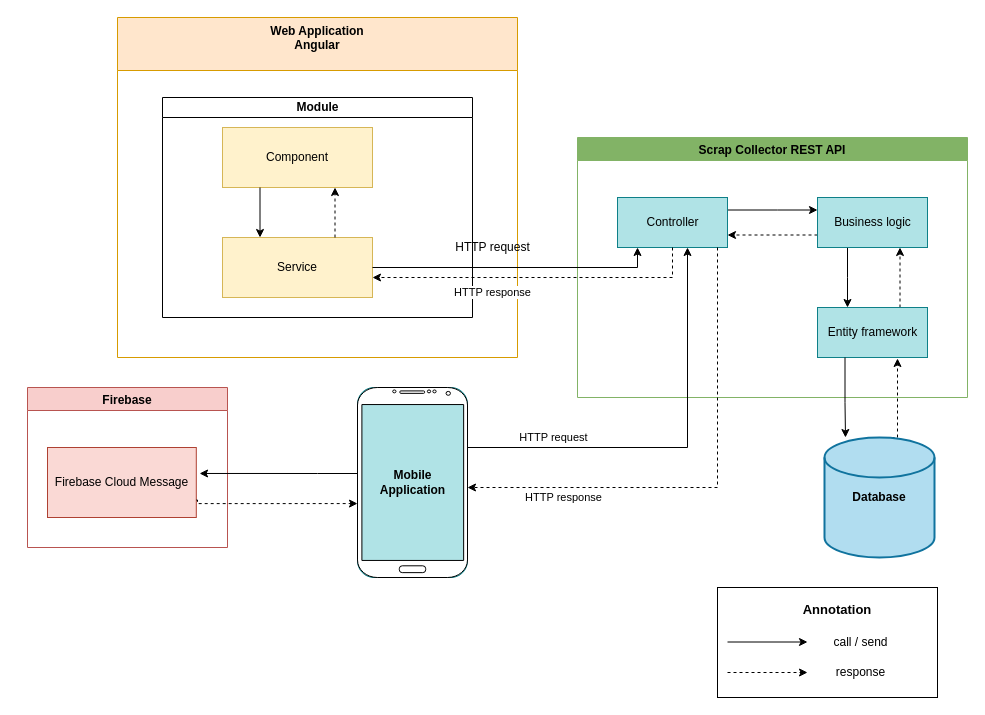
Earlier version of the draw.io diagram Document/Diagram/Architectural Design.drawio (datndse63093/Capstone_JS_Spring2020_FE_Doc). Source tidied: cells renumbered, new cells numbered last; positions are measured from the earlier drawing's top-left corner, leaving out a move shared by most shapes. Both pictures are drawn from the tidied source at 100%, with x=0, y=0 at pixel (27, 17).
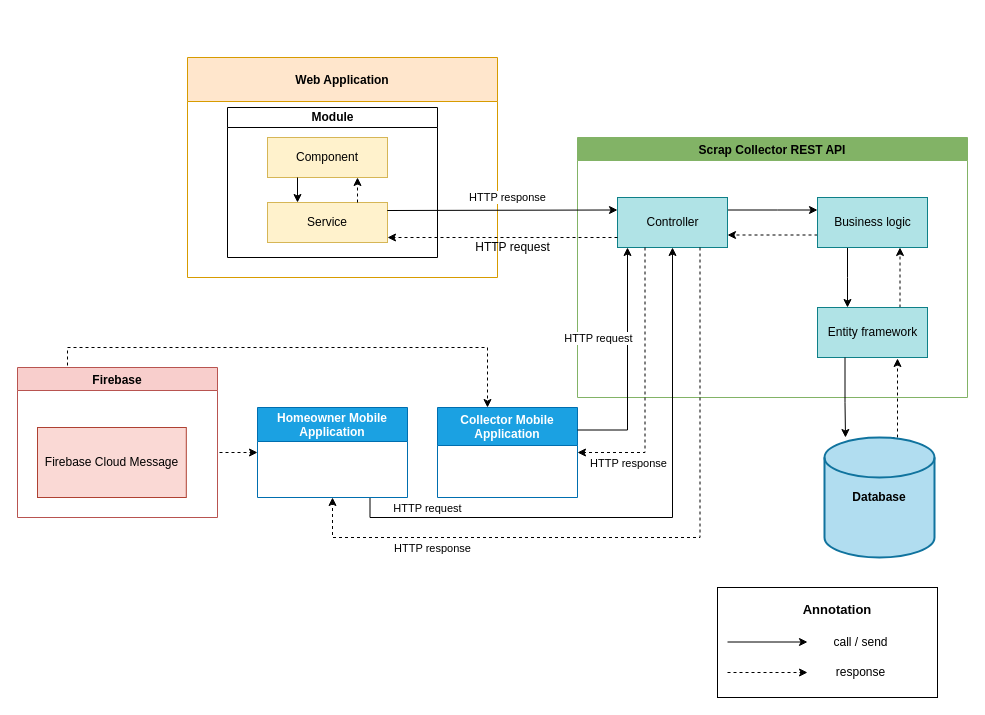
The same page after the edit.

Commit message (it also covers changes not shown here):
update document+ architecture diagram

Unchanged cells that the change refers to:
```xml
<mxCell id="6" value="Controller" style="html=1;strokeColor=#0e8088;fillColor=#b0e3e6;" parent="4" vertex="1">
  <mxGeometry x="40" y="60" width="110" height="50" as="geometry" />
</mxCell>
<mxCell id="13" value="Firebase Cloud Message" style="html=1;strokeColor=#ae4132;fillColor=#fad9d5;" parent="12" vertex="1">
  <mxGeometry x="20" y="60" width="148.8" height="70" as="geometry" />
</mxCell>
```

Diff of the diagram source:
```diff
@@
+    <mxCell id="39" style="edgeStyle=orthogonalEdgeStyle;rounded=0;jettySize=auto;html=1;exitX=0.75;exitY=0;exitDx=0;exitDy=0;dashed=1;" parent="1" edge="1" source="12" target="44">
+      <mxGeometry relative="1" as="geometry">
+        <Array as="points">
+          <mxPoint x="40" y="350" />
+          <mxPoint x="40" y="330" />
+          <mxPoint x="460" y="330" />
+        </Array>
+      </mxGeometry>
+    </mxCell>
+    <mxCell id="40" style="edgeStyle=orthogonalEdgeStyle;rounded=0;jettySize=auto;html=1;exitX=1;exitY=0.5;exitDx=0;exitDy=0;entryX=0;entryY=0.5;entryDx=0;entryDy=0;dashed=1;" parent="1" edge="1" source="12" target="43">
+      <mxGeometry relative="1" as="geometry">
+        <Array as="points">
+          <mxPoint x="190" y="435" />
+        </Array>
+      </mxGeometry>
+    </mxCell>
     <mxCell id="12" value="Firebase" style="swimlane;fillColor=#f8cecc;strokeColor=#b85450;" parent="1" vertex="1">
-      <mxGeometry y="370" width="200" height="160" as="geometry" />
+      <mxGeometry x="-10" y="350" width="200" height="150" as="geometry" />
     </mxCell>
@@
-    <mxCell id="14" value="Web Application&#10;Angular&#10;" style="swimlane;fillColor=#ffe6cc;strokeColor=#d79b00;startSize=53;rounded=0;swimlaneLine=1;glass=0;comic=0;shadow=0;" parent="1" vertex="1">
-      <mxGeometry x="90" width="400" height="340" as="geometry" />
+    <mxCell id="14" value="Web Application" style="swimlane;fillColor=#ffe6cc;strokeColor=#d79b00;startSize=44;rounded=0;swimlaneLine=1;glass=0;comic=0;shadow=0;" parent="1" vertex="1">
+      <mxGeometry x="160" y="40" width="310" height="220" as="geometry" />
     </mxCell>
-    <mxCell id="15" value="HTTP request" style="text;html=1;align=center;verticalAlign=middle;" parent="14" vertex="1">
-      <mxGeometry x="330" y="220" width="90" height="20" as="geometry" />
-    </mxCell>
     <mxCell id="16" value="Module" style="swimlane;html=1;startSize=20;horizontal=1;containerType=tree;rounded=0;" parent="14" vertex="1">
-      <mxGeometry x="45" y="80" width="310" height="220" as="geometry" />
+      <mxGeometry x="40" y="50" width="210" height="150" as="geometry" />
     </mxCell>
     <mxCell id="17" value="Service" style="rounded=0;whiteSpace=wrap;html=1;fillColor=#fff2cc;strokeColor=#d6b656;" parent="16" vertex="1">
-      <mxGeometry x="60" y="140" width="150" height="60" as="geometry" />
+      <mxGeometry x="40" y="95" width="120" height="40" as="geometry" />
     </mxCell>
     <mxCell id="18" value="Component" style="rounded=0;whiteSpace=wrap;html=1;fillColor=#fff2cc;strokeColor=#d6b656;" parent="16" vertex="1">
-      <mxGeometry x="60" y="30" width="150" height="60" as="geometry" />
+      <mxGeometry x="40" y="30" width="120" height="40" as="geometry" />
     </mxCell>
@@
-    <mxCell id="23" style="group;fillColor=#b0e3e6;strokeColor=#0e8088;rounded=1;gradientColor=none;" parent="1" vertex="1">
-      <mxGeometry x="330" y="370" width="110" height="190" as="geometry" />
-    </mxCell>
-    <mxCell id="24" style="verticalLabelPosition=bottom;verticalAlign=top;html=1;shadow=0;dashed=0;strokeWidth=1;shape=mxgraph.android.phone2;strokeColor=#000000;fillColor=#FFFFFF;fontColor=#333333;" parent="23" vertex="1">
-      <mxGeometry width="110" height="190" as="geometry" />
-    </mxCell>
-    <mxCell id="25" value="&lt;div&gt;Mobile &lt;br&gt;&lt;/div&gt;&lt;div&gt;Application&lt;/div&gt;" style="text;html=1;align=center;verticalAlign=middle;fontStyle=1;" parent="23" vertex="1">
-      <mxGeometry x="15" y="80" width="80" height="30" as="geometry" />
-    </mxCell>
@@
-    <mxCell id="27" value="HTTP request" style="edgeStyle=orthogonalEdgeStyle;rounded=0;jettySize=auto;html=1;fontFamily=Helvetica;align=center;" parent="1" edge="1" source="24">
-      <mxGeometry x="-0.59" y="10" relative="1" as="geometry">
-        <mxPoint x="660" y="230" as="targetPoint" />
-        <Array as="points">
-          <mxPoint x="660" y="430" />
-          <mxPoint x="660" y="230" />
-        </Array>
-      </mxGeometry>
-    </mxCell>
-    <mxCell id="28" value="HTTP response" style="edgeStyle=orthogonalEdgeStyle;rounded=0;jettySize=auto;html=1;fontFamily=Helvetica;align=center;dashed=1;" parent="1" edge="1" source="6">
-      <mxGeometry x="0.61" y="10" relative="1" as="geometry">
-        <mxPoint x="440" y="470" as="targetPoint" />
-        <Array as="points">
-          <mxPoint x="690" y="470" />
-        </Array>
-      </mxGeometry>
-    </mxCell>
-    <mxCell id="29" value="HTTP response" style="edgeStyle=orthogonalEdgeStyle;rounded=0;jettySize=auto;html=1;fontFamily=Helvetica;align=center;dashed=1;" parent="1" edge="1" source="6">
-      <mxGeometry x="0.27" y="15" relative="1" as="geometry">
-        <mxPoint x="345" y="260" as="targetPoint" />
+    <mxCell id="29" value="HTTP response" style="edgeStyle=orthogonalEdgeStyle;rounded=0;jettySize=auto;html=1;fontFamily=Helvetica;align=center;dashed=1;entryX=1;entryY=0.875;entryDx=0;entryDy=0;entryPerimeter=0;" parent="1" edge="1" source="6" target="17">
+      <mxGeometry x="0.39" y="-64" relative="1" as="geometry">
         <Array as="points">
-          <mxPoint x="645" y="260" />
-          <mxPoint x="345" y="260" />
+          <mxPoint x="430" y="220" />
+          <mxPoint x="430" y="220" />
         </Array>
+        <mxPoint x="50" y="24" as="offset" />
       </mxGeometry>
     </mxCell>
-    <mxCell id="30" value="call" style="edgeStyle=orthogonalEdgeStyle;rounded=0;jettySize=auto;html=1;entryX=1.022;entryY=0.371;entryDx=0;entryDy=0;entryPerimeter=0;fontFamily=Helvetica;align=center;noLabel=1;fontColor=none;" parent="1" edge="1" source="24" target="13">
-      <mxGeometry x="0.02" y="-16" relative="1" as="geometry">
-        <Array as="points">
-          <mxPoint x="290" y="456" />
-          <mxPoint x="290" y="456" />
-        </Array>
-      </mxGeometry>
-    </mxCell>
-    <mxCell id="31" value="return" style="edgeStyle=orthogonalEdgeStyle;rounded=0;jettySize=auto;html=1;exitX=1;exitY=0.75;exitDx=0;exitDy=0;entryX=0;entryY=0.611;entryDx=0;entryDy=0;entryPerimeter=0;fontFamily=Helvetica;align=center;dashed=1;noLabel=1;fontColor=none;" parent="1" edge="1" source="13" target="24">
-      <mxGeometry x="0.02" y="-14" relative="1" as="geometry">
-        <Array as="points">
-          <mxPoint x="170" y="486" />
-        </Array>
-      </mxGeometry>
-    </mxCell>
-    <mxCell id="32" style="edgeStyle=orthogonalEdgeStyle;rounded=0;jettySize=auto;html=1;entryX=0.182;entryY=1;entryDx=0;entryDy=0;entryPerimeter=0;" parent="1" edge="1" source="17" target="6">
-      <mxGeometry relative="1" as="geometry">
-        <Array as="points">
-          <mxPoint x="610" y="250" />
-        </Array>
-      </mxGeometry>
-    </mxCell>
@@
+    <mxCell id="41" style="edgeStyle=orthogonalEdgeStyle;rounded=0;jettySize=auto;html=1;exitX=0.75;exitY=1;exitDx=0;exitDy=0;entryX=0.5;entryY=1;entryDx=0;entryDy=0;" parent="1" edge="1" source="43" target="6">
+      <mxGeometry relative="1" as="geometry" />
+    </mxCell>
+    <mxCell id="42" value="&lt;div&gt;HTTP request&lt;/div&gt;" style="edgeLabel;html=1;align=center;verticalAlign=middle;" parent="41" vertex="1">
+      <mxGeometry x="-0.79" y="1" relative="1" as="geometry">
+        <mxPoint x="14.5" y="-9" as="offset" />
+      </mxGeometry>
+    </mxCell>
+    <mxCell id="43" value="Homeowner Mobile&#10; Application " style="swimlane;fillColor=#1ba1e2;strokeColor=#006EAF;startSize=34;fontColor=#ffffff;" parent="1" vertex="1">
+      <mxGeometry x="230" y="390" width="150" height="90" as="geometry" />
+    </mxCell>
+    <mxCell id="44" value="Collector Mobile &#10;Application " style="swimlane;fillColor=#1ba1e2;strokeColor=#006EAF;startSize=38;fontColor=#ffffff;" parent="1" vertex="1">
+      <mxGeometry x="410" y="390" width="140" height="90" as="geometry" />
+    </mxCell>
+    <mxCell id="45" style="edgeStyle=orthogonalEdgeStyle;rounded=0;jettySize=auto;html=1;entryX=0;entryY=0.25;entryDx=0;entryDy=0;" parent="1" edge="1" target="6">
+      <mxGeometry relative="1" as="geometry">
+        <mxPoint x="370" y="193" as="sourcePoint" />
+        <Array as="points">
+          <mxPoint x="360" y="193" />
+          <mxPoint x="340" y="193" />
+        </Array>
+      </mxGeometry>
+    </mxCell>
+    <mxCell id="46" style="endArrow=classic;html=1;exitX=1;exitY=0.25;exitDx=0;exitDy=0;edgeStyle=orthogonalEdgeStyle;rounded=0;" parent="1" edge="1" source="44">
+      <mxGeometry relative="1" as="geometry">
+        <mxPoint x="600" y="230" as="targetPoint" />
+        <Array as="points">
+          <mxPoint x="600" y="413" />
+          <mxPoint x="600" y="230" />
+        </Array>
+      </mxGeometry>
+    </mxCell>
+    <mxCell id="47" value="HTTP request" style="edgeLabel;html=1;align=center;verticalAlign=middle;" parent="46" vertex="1">
+      <mxGeometry x="-0.57" y="32" relative="1" as="geometry">
+        <mxPoint x="2" y="-92.5" as="offset" />
+      </mxGeometry>
+    </mxCell>
+    <mxCell id="48" style="edgeStyle=orthogonalEdgeStyle;rounded=0;jettySize=auto;html=1;exitX=0.25;exitY=1;exitDx=0;exitDy=0;entryX=1;entryY=0.5;entryDx=0;entryDy=0;dashed=1;" parent="1" edge="1" source="6" target="44">
+      <mxGeometry relative="1" as="geometry" />
+    </mxCell>
+    <mxCell id="49" value="&lt;div&gt;HTTP response&lt;/div&gt;" style="edgeLabel;html=1;align=center;verticalAlign=middle;" parent="48" vertex="1">
+      <mxGeometry x="0.04" y="2" relative="1" as="geometry">
+        <mxPoint x="-19.5" y="73" as="offset" />
+      </mxGeometry>
+    </mxCell>
+    <mxCell id="50" style="edgeStyle=orthogonalEdgeStyle;rounded=0;jettySize=auto;html=1;exitX=0.75;exitY=1;exitDx=0;exitDy=0;entryX=0.5;entryY=1;entryDx=0;entryDy=0;dashed=1;" parent="1" edge="1" source="6" target="43">
+      <mxGeometry relative="1" as="geometry">
+        <Array as="points">
+          <mxPoint x="673" y="520" />
+          <mxPoint x="305" y="520" />
+        </Array>
+      </mxGeometry>
+    </mxCell>
+    <mxCell id="51" value="&lt;div&gt;HTTP response&lt;/div&gt;" style="edgeLabel;html=1;align=center;verticalAlign=middle;" parent="50" vertex="1">
+      <mxGeometry x="0.62" y="3" relative="1" as="geometry">
+        <mxPoint x="6.5" y="7" as="offset" />
+      </mxGeometry>
+    </mxCell>
+    <mxCell id="15" value="HTTP request" style="text;html=1;align=center;verticalAlign=middle;" parent="1" vertex="1">
+      <mxGeometry x="440" y="220" width="90" height="20" as="geometry" />
+    </mxCell>
```
